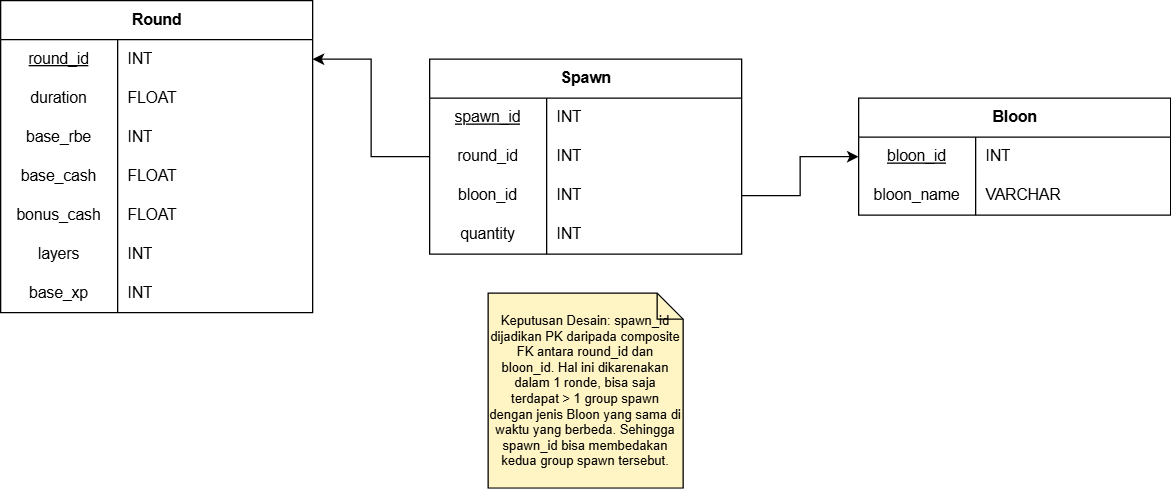
This is Data Storing/design/Relational Model.png from DeSince29/TUGAS_SELEKSI_1_13524096, a draw.io export, as it was before one commit. Source tidied: cells renumbered, new cells last; positions are measured from the earlier drawing's top-left corner, leaving out a move shared by most shapes. Its diagram source:
```xml
<mxGraphModel>
  <root>
    <mxCell id="0" />
    <mxCell id="1" parent="0" />
    <mxCell id="2" value="Spawn" style="shape=table;startSize=30;rowLines=0;fontStyle=1;align=center;html=1;" parent="1" vertex="1">
      <mxGeometry x="330" y="45" width="240" height="150" as="geometry" />
    </mxCell>
    <mxCell id="3" style="shape=tableRow;horizontal=0;startSize=0;swimlaneHead=0;swimlaneBody=0;fillColor=none;top=0;left=0;right=0;bottom=0;" parent="2" vertex="1">
      <mxGeometry y="30" width="240" height="30" as="geometry" />
    </mxCell>
    <mxCell id="4" value="&lt;u&gt;spawn_id&lt;/u&gt;" style="shape=partialRectangle;fillColor=none;top=0;left=0;bottom=0;right=0;overflow=hidden;whiteSpace=wrap;html=1;" parent="3" vertex="1">
      <mxGeometry width="90" height="30" as="geometry" />
    </mxCell>
    <mxCell id="5" value="INT" style="shape=partialRectangle;fillColor=none;top=0;left=0;bottom=0;right=0;align=left;spacingLeft=6;overflow=hidden;whiteSpace=wrap;html=1;" parent="3" vertex="1">
      <mxGeometry x="90" width="150" height="30" as="geometry" />
    </mxCell>
    <mxCell id="6" style="shape=tableRow;horizontal=0;startSize=0;swimlaneHead=0;swimlaneBody=0;fillColor=none;points=[[0,0.5],[1,0.5]];portConstraint=eastwest;top=0;left=0;right=0;bottom=0;" parent="2" vertex="1">
      <mxGeometry y="60" width="240" height="30" as="geometry" />
    </mxCell>
    <mxCell id="7" value="round_id" style="shape=partialRectangle;fillColor=none;top=0;left=0;bottom=0;right=0;overflow=hidden;whiteSpace=wrap;html=1;" parent="6" vertex="1">
      <mxGeometry width="90" height="30" as="geometry" />
    </mxCell>
    <mxCell id="8" value="INT" style="shape=partialRectangle;fillColor=none;top=0;left=0;bottom=0;right=0;align=left;spacingLeft=6;overflow=hidden;whiteSpace=wrap;html=1;" parent="6" vertex="1">
      <mxGeometry x="90" width="150" height="30" as="geometry" />
    </mxCell>
    <mxCell id="9" style="shape=tableRow;horizontal=0;startSize=0;swimlaneHead=0;swimlaneBody=0;fillColor=none;points=[[0,0.5],[1,0.5]];portConstraint=eastwest;top=0;left=0;right=0;bottom=0;" parent="2" vertex="1">
      <mxGeometry y="90" width="240" height="30" as="geometry" />
    </mxCell>
    <mxCell id="10" value="bloon_id" style="shape=partialRectangle;fillColor=none;top=0;left=0;bottom=0;right=0;overflow=hidden;whiteSpace=wrap;html=1;" parent="9" vertex="1">
      <mxGeometry width="90" height="30" as="geometry" />
    </mxCell>
    <mxCell id="11" value="INT" style="shape=partialRectangle;fillColor=none;top=0;left=0;bottom=0;right=0;align=left;spacingLeft=6;overflow=hidden;whiteSpace=wrap;html=1;" parent="9" vertex="1">
      <mxGeometry x="90" width="150" height="30" as="geometry" />
    </mxCell>
    <mxCell id="12" style="shape=tableRow;horizontal=0;startSize=0;swimlaneHead=0;swimlaneBody=0;fillColor=none;top=0;left=0;right=0;bottom=0;" parent="2" vertex="1">
      <mxGeometry y="120" width="240" height="30" as="geometry" />
    </mxCell>
    <mxCell id="13" value="quantity" style="shape=partialRectangle;fillColor=none;top=0;left=0;bottom=0;right=0;overflow=hidden;whiteSpace=wrap;html=1;" parent="12" vertex="1">
      <mxGeometry width="90" height="30" as="geometry" />
    </mxCell>
    <mxCell id="14" value="INT" style="shape=partialRectangle;fillColor=none;top=0;left=0;bottom=0;right=0;align=left;spacingLeft=6;overflow=hidden;whiteSpace=wrap;html=1;" parent="12" vertex="1">
      <mxGeometry x="90" width="150" height="30" as="geometry" />
    </mxCell>
    <mxCell id="15" value="Bloon" style="shape=table;startSize=30;rowLines=0;fontStyle=1;align=center;html=1;" parent="1" vertex="1">
      <mxGeometry x="660" y="75" width="240" height="90" as="geometry" />
    </mxCell>
    <mxCell id="16" style="shape=tableRow;horizontal=0;startSize=0;swimlaneHead=0;swimlaneBody=0;fillColor=none;points=[[0,0.5],[1,0.5]];portConstraint=eastwest;top=0;left=0;right=0;bottom=0;" parent="15" vertex="1">
      <mxGeometry y="30" width="240" height="30" as="geometry" />
    </mxCell>
    <mxCell id="17" value="&lt;u&gt;bloon_id&lt;/u&gt;" style="shape=partialRectangle;fillColor=none;top=0;left=0;bottom=0;right=0;overflow=hidden;whiteSpace=wrap;html=1;" parent="16" vertex="1">
      <mxGeometry width="90" height="30" as="geometry" />
    </mxCell>
    <mxCell id="18" value="INT" style="shape=partialRectangle;fillColor=none;top=0;left=0;bottom=0;right=0;align=left;spacingLeft=6;overflow=hidden;whiteSpace=wrap;html=1;" parent="16" vertex="1">
      <mxGeometry x="90" width="150" height="30" as="geometry" />
    </mxCell>
    <mxCell id="19" style="shape=tableRow;horizontal=0;startSize=0;swimlaneHead=0;swimlaneBody=0;fillColor=none;top=0;left=0;right=0;bottom=0;" parent="15" vertex="1">
      <mxGeometry y="60" width="240" height="30" as="geometry" />
    </mxCell>
    <mxCell id="20" value="bloon_name" style="shape=partialRectangle;fillColor=none;top=0;left=0;bottom=0;right=0;overflow=hidden;whiteSpace=wrap;html=1;" parent="19" vertex="1">
      <mxGeometry width="90" height="30" as="geometry" />
    </mxCell>
    <mxCell id="21" value="VARCHAR" style="shape=partialRectangle;fillColor=none;top=0;left=0;bottom=0;right=0;align=left;spacingLeft=6;overflow=hidden;whiteSpace=wrap;html=1;" parent="19" vertex="1">
      <mxGeometry x="90" width="150" height="30" as="geometry" />
    </mxCell>
    <mxCell id="22" style="edgeStyle=orthogonalEdgeStyle;rounded=0;jettySize=auto;html=1;" parent="1" edge="1" source="6" target="26">
      <mxGeometry relative="1" as="geometry" />
    </mxCell>
    <mxCell id="23" style="edgeStyle=orthogonalEdgeStyle;rounded=0;jettySize=auto;html=1;" parent="1" edge="1" source="9" target="16">
      <mxGeometry relative="1" as="geometry" />
    </mxCell>
    <mxCell id="24" value="Keputusan Desain: spawn_id dijadikan PK daripada composite FK antara round_id dan bloon_id. Hal ini dikarenakan dalam 1 ronde, bisa saja terdapat &amp;gt; 1 group spawn dengan jenis Bloon yang sama di waktu yang berbeda. Sehingga spawn_id bisa membedakan kedua group spawn tersebut." style="shape=note;size=20;whiteSpace=wrap;html=1;fillColor=#FFF4C3;fontSize=10;" parent="1" vertex="1">
      <mxGeometry x="375" y="225" width="150" height="150" as="geometry" />
    </mxCell>
    <mxCell id="25" value="Round" style="shape=table;startSize=30;rowLines=0;fontStyle=1;align=center;html=1;fontFamily=Helvetica;" parent="1" vertex="1">
      <mxGeometry width="240" height="240" as="geometry" />
    </mxCell>
    <mxCell id="26" style="shape=tableRow;horizontal=0;startSize=0;swimlaneHead=0;swimlaneBody=0;fillColor=none;points=[[0,0.5],[1,0.5]];portConstraint=eastwest;top=0;left=0;right=0;bottom=0;" parent="25" vertex="1">
      <mxGeometry y="30" width="240" height="30" as="geometry" />
    </mxCell>
    <mxCell id="27" value="&lt;u&gt;round_id&lt;/u&gt;" style="shape=partialRectangle;fillColor=none;top=0;left=0;bottom=0;right=0;overflow=hidden;whiteSpace=wrap;html=1;" parent="26" vertex="1">
      <mxGeometry width="90" height="30" as="geometry" />
    </mxCell>
    <mxCell id="28" value="INT" style="shape=partialRectangle;fillColor=none;top=0;left=0;bottom=0;right=0;align=left;spacingLeft=6;overflow=hidden;whiteSpace=wrap;html=1;" parent="26" vertex="1">
      <mxGeometry x="90" width="150" height="30" as="geometry" />
    </mxCell>
    <mxCell id="29" style="shape=tableRow;horizontal=0;startSize=0;swimlaneHead=0;swimlaneBody=0;fillColor=none;top=0;left=0;right=0;bottom=0;" parent="25" vertex="1">
      <mxGeometry y="60" width="240" height="30" as="geometry" />
    </mxCell>
    <mxCell id="30" value="duration" style="shape=partialRectangle;fillColor=none;top=0;left=0;bottom=0;right=0;overflow=hidden;whiteSpace=wrap;html=1;" parent="29" vertex="1">
      <mxGeometry width="90" height="30" as="geometry" />
    </mxCell>
    <mxCell id="31" value="FLOAT" style="shape=partialRectangle;fillColor=none;top=0;left=0;bottom=0;right=0;align=left;spacingLeft=6;overflow=hidden;whiteSpace=wrap;html=1;" parent="29" vertex="1">
      <mxGeometry x="90" width="150" height="30" as="geometry" />
    </mxCell>
    <mxCell id="32" style="shape=tableRow;horizontal=0;startSize=0;swimlaneHead=0;swimlaneBody=0;fillColor=none;top=0;left=0;right=0;bottom=0;" parent="25" vertex="1">
      <mxGeometry y="90" width="240" height="30" as="geometry" />
    </mxCell>
    <mxCell id="33" value="base_rbe" style="shape=partialRectangle;fillColor=none;top=0;left=0;bottom=0;right=0;overflow=hidden;whiteSpace=wrap;html=1;" parent="32" vertex="1">
      <mxGeometry width="90" height="30" as="geometry" />
    </mxCell>
    <mxCell id="34" value="INT" style="shape=partialRectangle;fillColor=none;top=0;left=0;bottom=0;right=0;align=left;spacingLeft=6;overflow=hidden;whiteSpace=wrap;html=1;" parent="32" vertex="1">
      <mxGeometry x="90" width="150" height="30" as="geometry" />
    </mxCell>
    <mxCell id="35" style="shape=tableRow;horizontal=0;startSize=0;swimlaneHead=0;swimlaneBody=0;fillColor=none;top=0;left=0;right=0;bottom=0;" parent="25" vertex="1">
      <mxGeometry y="120" width="240" height="30" as="geometry" />
    </mxCell>
    <mxCell id="36" value="base_cash" style="shape=partialRectangle;fillColor=none;top=0;left=0;bottom=0;right=0;overflow=hidden;whiteSpace=wrap;html=1;" parent="35" vertex="1">
      <mxGeometry width="90" height="30" as="geometry" />
    </mxCell>
    <mxCell id="37" value="FLOAT" style="shape=partialRectangle;fillColor=none;top=0;left=0;bottom=0;right=0;align=left;spacingLeft=6;overflow=hidden;whiteSpace=wrap;html=1;" parent="35" vertex="1">
      <mxGeometry x="90" width="150" height="30" as="geometry" />
    </mxCell>
    <mxCell id="38" style="shape=tableRow;horizontal=0;startSize=0;swimlaneHead=0;swimlaneBody=0;fillColor=none;top=0;left=0;right=0;bottom=0;" parent="25" vertex="1">
      <mxGeometry y="150" width="240" height="30" as="geometry" />
    </mxCell>
    <mxCell id="39" value="bonus_cash" style="shape=partialRectangle;fillColor=none;top=0;left=0;bottom=0;right=0;overflow=hidden;whiteSpace=wrap;html=1;" parent="38" vertex="1">
      <mxGeometry width="90" height="30" as="geometry" />
    </mxCell>
    <mxCell id="40" value="FLOAT" style="shape=partialRectangle;fillColor=none;top=0;left=0;bottom=0;right=0;align=left;spacingLeft=6;overflow=hidden;whiteSpace=wrap;html=1;" parent="38" vertex="1">
      <mxGeometry x="90" width="150" height="30" as="geometry" />
    </mxCell>
    <mxCell id="41" style="shape=tableRow;horizontal=0;startSize=0;swimlaneHead=0;swimlaneBody=0;fillColor=none;top=0;left=0;right=0;bottom=0;" parent="25" vertex="1">
      <mxGeometry y="180" width="240" height="30" as="geometry" />
    </mxCell>
    <mxCell id="42" value="layers" style="shape=partialRectangle;fillColor=none;top=0;left=0;bottom=0;right=0;overflow=hidden;whiteSpace=wrap;html=1;" parent="41" vertex="1">
      <mxGeometry width="90" height="30" as="geometry" />
    </mxCell>
    <mxCell id="43" value="INT" style="shape=partialRectangle;fillColor=none;top=0;left=0;bottom=0;right=0;align=left;spacingLeft=6;overflow=hidden;whiteSpace=wrap;html=1;" parent="41" vertex="1">
      <mxGeometry x="90" width="150" height="30" as="geometry" />
    </mxCell>
    <mxCell id="44" style="shape=tableRow;horizontal=0;startSize=0;swimlaneHead=0;swimlaneBody=0;fillColor=none;top=0;left=0;right=0;bottom=0;" parent="25" vertex="1">
      <mxGeometry y="210" width="240" height="30" as="geometry" />
    </mxCell>
    <mxCell id="45" value="base_xp" style="shape=partialRectangle;fillColor=none;top=0;left=0;bottom=0;right=0;overflow=hidden;whiteSpace=wrap;html=1;" parent="44" vertex="1">
      <mxGeometry width="90" height="30" as="geometry" />
    </mxCell>
    <mxCell id="46" value="INT" style="shape=partialRectangle;fillColor=none;top=0;left=0;bottom=0;right=0;align=left;spacingLeft=6;overflow=hidden;whiteSpace=wrap;html=1;" parent="44" vertex="1">
      <mxGeometry x="90" width="150" height="30" as="geometry" />
    </mxCell>
  </root>
</mxGraphModel>
```
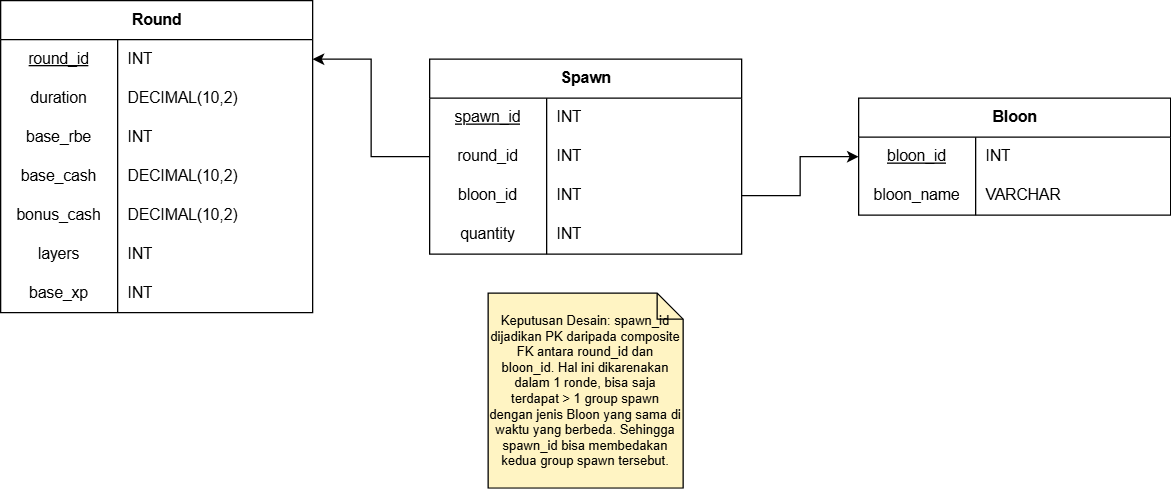
The same diagram one commit later.

What changed in the source:
```diff
@@ -89,7 +89,7 @@
     <mxCell id="30" value="duration" style="shape=partialRectangle;fillColor=none;top=0;left=0;bottom=0;right=0;overflow=hidden;whiteSpace=wrap;html=1;" parent="29" vertex="1">
       <mxGeometry width="90" height="30" as="geometry" />
     </mxCell>
-    <mxCell id="31" value="FLOAT" style="shape=partialRectangle;fillColor=none;top=0;left=0;bottom=0;right=0;align=left;spacingLeft=6;overflow=hidden;whiteSpace=wrap;html=1;" parent="29" vertex="1">
+    <mxCell id="31" value="DECIMAL(10,2)" style="shape=partialRectangle;fillColor=none;top=0;left=0;bottom=0;right=0;align=left;spacingLeft=6;overflow=hidden;whiteSpace=wrap;html=1;" parent="29" vertex="1">
       <mxGeometry x="90" width="150" height="30" as="geometry" />
     </mxCell>
     <mxCell id="32" style="shape=tableRow;horizontal=0;startSize=0;swimlaneHead=0;swimlaneBody=0;fillColor=none;top=0;left=0;right=0;bottom=0;" parent="25" vertex="1">
@@ -107,7 +107,7 @@
     <mxCell id="36" value="base_cash" style="shape=partialRectangle;fillColor=none;top=0;left=0;bottom=0;right=0;overflow=hidden;whiteSpace=wrap;html=1;" parent="35" vertex="1">
       <mxGeometry width="90" height="30" as="geometry" />
     </mxCell>
-    <mxCell id="37" value="FLOAT" style="shape=partialRectangle;fillColor=none;top=0;left=0;bottom=0;right=0;align=left;spacingLeft=6;overflow=hidden;whiteSpace=wrap;html=1;" parent="35" vertex="1">
+    <mxCell id="37" value="DECIMAL(10,2)" style="shape=partialRectangle;fillColor=none;top=0;left=0;bottom=0;right=0;align=left;spacingLeft=6;overflow=hidden;whiteSpace=wrap;html=1;" parent="35" vertex="1">
       <mxGeometry x="90" width="150" height="30" as="geometry" />
     </mxCell>
     <mxCell id="38" style="shape=tableRow;horizontal=0;startSize=0;swimlaneHead=0;swimlaneBody=0;fillColor=none;top=0;left=0;right=0;bottom=0;" parent="25" vertex="1">
@@ -116,7 +116,7 @@
     <mxCell id="39" value="bonus_cash" style="shape=partialRectangle;fillColor=none;top=0;left=0;bottom=0;right=0;overflow=hidden;whiteSpace=wrap;html=1;" parent="38" vertex="1">
       <mxGeometry width="90" height="30" as="geometry" />
     </mxCell>
-    <mxCell id="40" value="FLOAT" style="shape=partialRectangle;fillColor=none;top=0;left=0;bottom=0;right=0;align=left;spacingLeft=6;overflow=hidden;whiteSpace=wrap;html=1;" parent="38" vertex="1">
+    <mxCell id="40" value="DECIMAL(10,2)" style="shape=partialRectangle;fillColor=none;top=0;left=0;bottom=0;right=0;align=left;spacingLeft=6;overflow=hidden;whiteSpace=wrap;html=1;" parent="38" vertex="1">
       <mxGeometry x="90" width="150" height="30" as="geometry" />
     </mxCell>
     <mxCell id="41" style="shape=tableRow;horizontal=0;startSize=0;swimlaneHead=0;swimlaneBody=0;fillColor=none;top=0;left=0;right=0;bottom=0;" parent="25" vertex="1">
```
